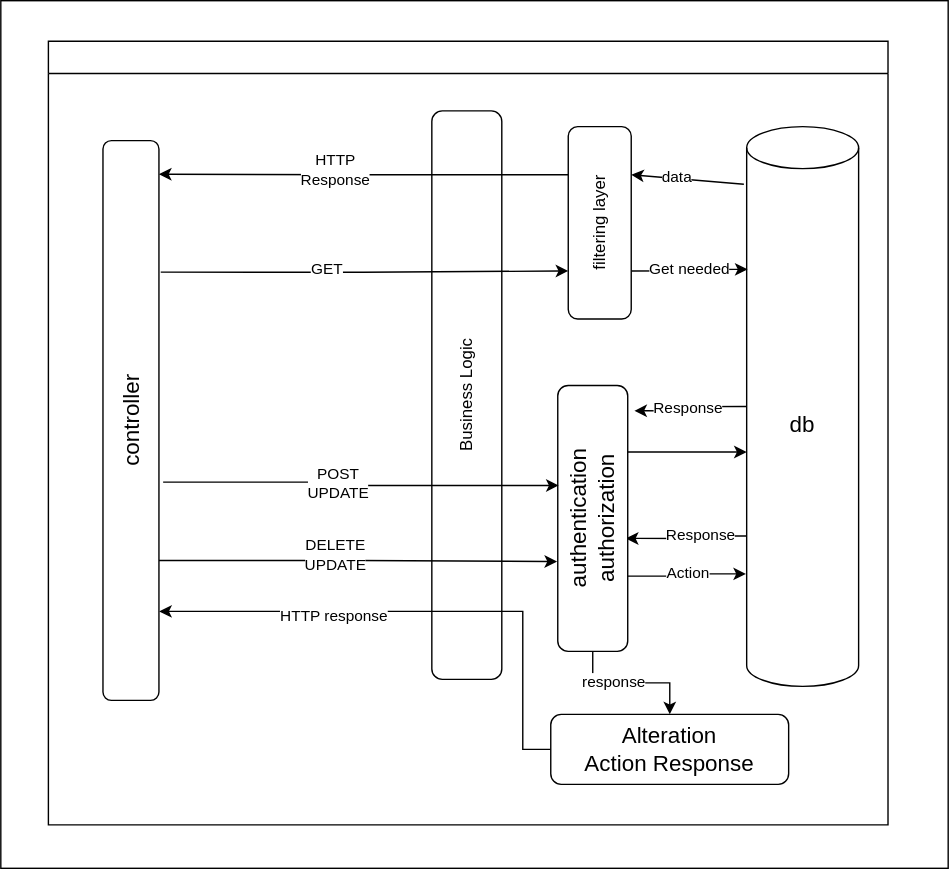
Before: etc/imgs/system-desgin.drawio.svg, a diagram exported from draw.io (Abdullah-Khawahir/clinics-schedules). Source tidied: cells renumbered, new cells last; positions are measured from the earlier drawing's top-left corner, leaving out a move shared by most shapes.
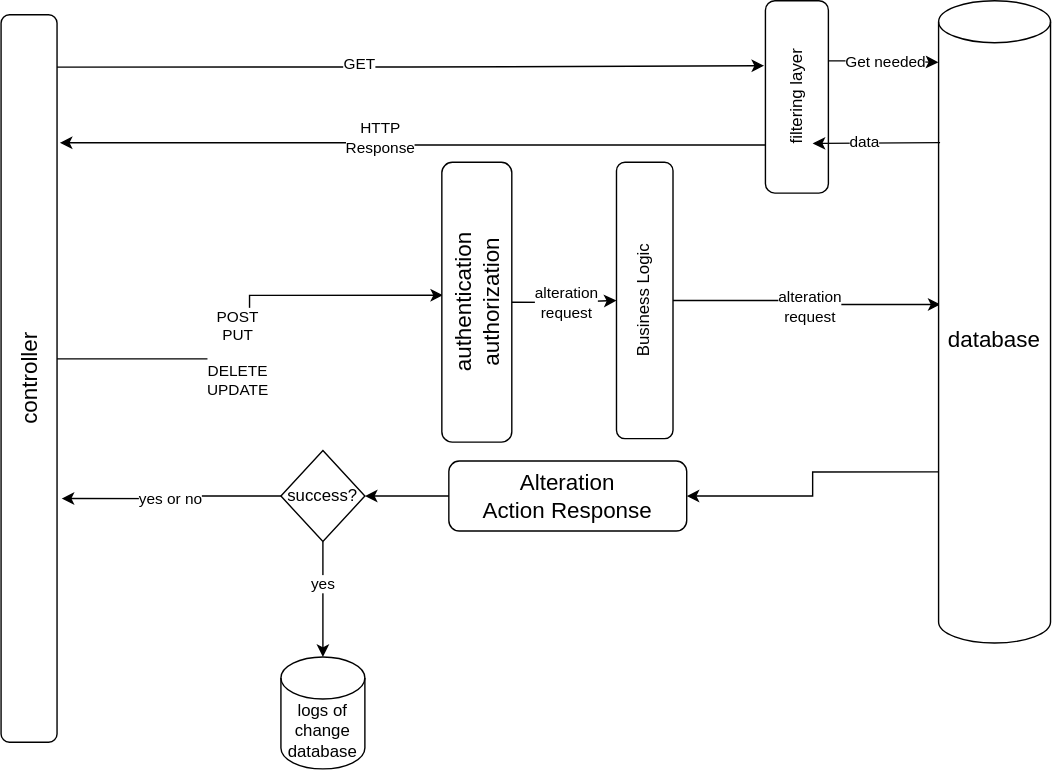
The same file after the commit.

Commit message:
rearrangin the system component in the correct oreder system-desgin.drawio.svg

Diff of the diagram source:
```diff
@@ -2,28 +2,24 @@
   <root>
     <mxCell id="0" />
     <mxCell id="1" parent="0" />
-    <mxCell id="2" style="rounded=0;whiteSpace=wrap;html=1;" parent="1" vertex="1">
-      <mxGeometry x="107" width="677" height="620" as="geometry" />
-    </mxCell>
+    <mxCell id="33" style="edgeStyle=orthogonalEdgeStyle;rounded=0;jettySize=auto;html=1;entryX=0.017;entryY=0.473;entryDx=0;entryDy=0;entryPerimeter=0;" parent="1" edge="1" source="3" target="38">
+      <mxGeometry relative="1" as="geometry" />
+    </mxCell>
+    <mxCell id="34" value="&lt;div&gt;alteration&lt;/div&gt;&lt;div&gt;request&lt;br&gt;&lt;/div&gt;" style="edgeLabel;html=1;align=center;verticalAlign=middle;" parent="33" vertex="1">
+      <mxGeometry x="0.03" y="-1" relative="1" as="geometry" />
+    </mxCell>
-    <mxCell id="3" value="Business Logic" style="rounded=1;whiteSpace=wrap;html=1;rotation=-90;" parent="1" vertex="1">
-      <mxGeometry x="236.9" y="256.9" width="406.2" height="50" as="geometry" />
+    <mxCell id="3" value="Business Logic" style="rounded=1;whiteSpace=wrap;html=1;rotation=-90;horizontal=1;verticalAlign=middle;" parent="1" vertex="1">
+      <mxGeometry x="405.2" y="166.1" width="197.5" height="40.4" as="geometry" />
     </mxCell>
-    <mxCell id="4" style="edgeStyle=orthogonalEdgeStyle;rounded=0;jettySize=auto;html=1;exitX=0;exitY=0;exitDx=0;exitDy=292.5;exitPerimeter=0;entryX=0.425;entryY=0.973;entryDx=0;entryDy=0;entryPerimeter=0;" parent="1" edge="1" source="8" target="19">
-      <mxGeometry relative="1" as="geometry" />
-    </mxCell>
-    <mxCell id="5" value="&lt;div&gt;Response&lt;/div&gt;" style="edgeLabel;html=1;align=center;verticalAlign=middle;" parent="4" vertex="1">
-      <mxGeometry x="-0.24" y="-1" relative="1" as="geometry" />
-    </mxCell>
-    <mxCell id="6" style="edgeStyle=orthogonalEdgeStyle;rounded=0;jettySize=auto;html=1;exitX=0;exitY=0.5;exitDx=0;exitDy=0;exitPerimeter=0;entryX=0.905;entryY=1.095;entryDx=0;entryDy=0;entryPerimeter=0;" parent="1" edge="1" source="8" target="19">
-      <mxGeometry relative="1" as="geometry" />
-    </mxCell>
-    <mxCell id="7" value="Response" style="edgeLabel;html=1;align=center;verticalAlign=middle;" parent="6" vertex="1">
-      <mxGeometry x="0.03" relative="1" as="geometry" />
-    </mxCell>
-    <mxCell id="8" value="db" style="shape=cylinder3;whiteSpace=wrap;html=1;boundedLbl=1;backgroundOutline=1;size=15;fontSize=16;" parent="1" vertex="1">
-      <mxGeometry x="640" y="90" width="80" height="400" as="geometry" />
-    </mxCell>
+    <mxCell id="35" style="edgeStyle=orthogonalEdgeStyle;rounded=0;jettySize=auto;html=1;exitX=0.527;exitY=0.983;exitDx=0;exitDy=0;exitPerimeter=0;entryX=0.525;entryY=0.017;entryDx=0;entryDy=0;entryPerimeter=0;" parent="1" edge="1" source="13" target="19">
+      <mxGeometry relative="1" as="geometry" />
+    </mxCell>
+    <mxCell id="36" value="&lt;div&gt;POST&lt;/div&gt;&lt;div&gt;PUT&lt;/div&gt;&lt;div&gt;&lt;br&gt;&lt;/div&gt;&lt;div&gt;&lt;div&gt;DELETE&lt;/div&gt;&lt;div&gt;UPDATE&lt;/div&gt;&lt;/div&gt;" style="edgeLabel;html=1;align=center;verticalAlign=middle;" parent="35" vertex="1">
+      <mxGeometry x="-0.09" y="4" relative="1" as="geometry">
+        <mxPoint x="-5" y="4" as="offset" />
+      </mxGeometry>
+    </mxCell>
-    <mxCell id="9" style="edgeStyle=orthogonalEdgeStyle;rounded=0;jettySize=auto;html=1;entryX=0.25;entryY=0;entryDx=0;entryDy=0;exitX=0.765;exitY=1.032;exitDx=0;exitDy=0;exitPerimeter=0;" parent="1" edge="1" source="13" target="26">
+    <mxCell id="9" style="edgeStyle=orthogonalEdgeStyle;rounded=0;jettySize=auto;html=1;exitX=0.928;exitY=0.967;exitDx=0;exitDy=0;exitPerimeter=0;entryX=0.662;entryY=-0.021;entryDx=0;entryDy=0;entryPerimeter=0;" parent="1" edge="1" source="13" target="26">
       <mxGeometry relative="1" as="geometry" />
     </mxCell>
     <mxCell id="10" value="GET" style="edgeLabel;html=1;align=center;verticalAlign=middle;" parent="9" vertex="1">
@@ -31,91 +27,70 @@
         <mxPoint x="-15" as="offset" />
       </mxGeometry>
     </mxCell>
-    <mxCell id="11" style="edgeStyle=orthogonalEdgeStyle;rounded=0;jettySize=auto;html=1;exitX=0.25;exitY=1;exitDx=0;exitDy=0;entryX=0.338;entryY=-0.01;entryDx=0;entryDy=0;entryPerimeter=0;" parent="1" edge="1" source="13" target="19">
-      <mxGeometry relative="1" as="geometry" />
-    </mxCell>
-    <mxCell id="12" value="&lt;div&gt;DELETE&lt;/div&gt;&lt;div&gt;UPDATE&lt;/div&gt;" style="edgeLabel;html=1;align=center;verticalAlign=middle;" parent="11" vertex="1">
-      <mxGeometry x="-0.07" y="-2" relative="1" as="geometry">
-        <mxPoint x="-7" y="-7" as="offset" />
-      </mxGeometry>
-    </mxCell>
+    <mxCell id="37" style="edgeStyle=orthogonalEdgeStyle;rounded=0;jettySize=auto;html=1;exitX=0;exitY=0;exitDx=0;exitDy=336.75;exitPerimeter=0;entryX=1;entryY=0.5;entryDx=0;entryDy=0;" parent="1" edge="1" source="38" target="31">
+      <mxGeometry relative="1" as="geometry" />
+    </mxCell>
+    <mxCell id="38" value="database" style="shape=cylinder3;whiteSpace=wrap;html=1;boundedLbl=1;backgroundOutline=1;size=15;fontSize=16;" parent="1" vertex="1">
+      <mxGeometry x="714" y="-28" width="80" height="459" as="geometry" />
+    </mxCell>
+    <mxCell id="26" value="&lt;div&gt;filtering layer&lt;/div&gt;" style="rounded=1;whiteSpace=wrap;html=1;rotation=-90;" parent="1" vertex="1">
+      <mxGeometry x="544" y="18.2" width="137.5" height="45" as="geometry" />
+    </mxCell>
+    <mxCell id="39" style="edgeStyle=orthogonalEdgeStyle;rounded=0;jettySize=auto;html=1;exitX=0.687;exitY=0.994;exitDx=0;exitDy=0;entryX=-0.002;entryY=0.096;entryDx=0;entryDy=0;entryPerimeter=0;exitPerimeter=0;" parent="1" edge="1" source="26" target="38">
+      <mxGeometry relative="1" as="geometry" />
+    </mxCell>
+    <mxCell id="23" value="Get needed" style="edgeLabel;html=1;align=center;verticalAlign=middle;" parent="39" vertex="1">
+      <mxGeometry y="1" relative="1" as="geometry" />
+    </mxCell>
+    <mxCell id="40" style="edgeStyle=orthogonalEdgeStyle;rounded=0;jettySize=auto;html=1;exitX=0.25;exitY=0;exitDx=0;exitDy=0;entryX=0.824;entryY=1.05;entryDx=0;entryDy=0;entryPerimeter=0;" parent="1" edge="1" source="26" target="13">
+      <mxGeometry relative="1" as="geometry" />
+    </mxCell>
+    <mxCell id="25" value="HTTP&lt;div&gt;Response&lt;/div&gt;" style="edgeLabel;html=1;align=center;verticalAlign=middle;" parent="40" vertex="1">
+      <mxGeometry y="2" relative="1" as="geometry">
+        <mxPoint x="-21" y="-6" as="offset" />
+      </mxGeometry>
+    </mxCell>
+    <mxCell id="41" value="&lt;div&gt;logs of change &lt;br&gt;&lt;/div&gt;&lt;div&gt;database&lt;br&gt;&lt;/div&gt;" style="shape=cylinder3;whiteSpace=wrap;html=1;boundedLbl=1;backgroundOutline=1;size=15;" parent="1" vertex="1">
+      <mxGeometry x="244" y="441" width="60" height="80" as="geometry" />
+    </mxCell>
+    <mxCell id="42" style="edgeStyle=orthogonalEdgeStyle;rounded=0;jettySize=auto;html=1;exitX=0.5;exitY=1;exitDx=0;exitDy=0;entryX=0.5;entryY=0;entryDx=0;entryDy=0;" parent="1" edge="1" source="19" target="3">
+      <mxGeometry relative="1" as="geometry" />
+    </mxCell>
+    <mxCell id="43" value="&lt;div&gt;alteration&lt;/div&gt;&lt;div&gt;request&lt;br&gt;&lt;/div&gt;" style="edgeLabel;html=1;align=center;verticalAlign=middle;" parent="42" vertex="1">
+      <mxGeometry x="0.04" y="-1" relative="1" as="geometry" />
+    </mxCell>
+    <mxCell id="19" value="&lt;div&gt;authentication&lt;/div&gt;&lt;div&gt;authorization&lt;/div&gt;" style="rounded=1;whiteSpace=wrap;html=1;fontSize=16;rotation=-90;" parent="1" vertex="1">
+      <mxGeometry x="284" y="162.5" width="200" height="50" as="geometry" />
+    </mxCell>
+    <mxCell id="44" style="edgeStyle=orthogonalEdgeStyle;rounded=0;jettySize=auto;html=1;entryX=0.335;entryY=1.083;entryDx=0;entryDy=0;entryPerimeter=0;" parent="1" edge="1" source="49" target="13">
+      <mxGeometry relative="1" as="geometry" />
+    </mxCell>
+    <mxCell id="45" value="yes or no" style="edgeLabel;html=1;align=center;verticalAlign=middle;" parent="44" vertex="1">
+      <mxGeometry x="0.04" y="-1" relative="1" as="geometry" />
+    </mxCell>
+    <mxCell id="31" value="&lt;div&gt;Alteration&lt;/div&gt;&lt;div&gt;Action Response&lt;br&gt;&lt;/div&gt;" style="whiteSpace=wrap;html=1;fontSize=16;rounded=1;" parent="1" vertex="1">
+      <mxGeometry x="364" y="301" width="170" height="50" as="geometry" />
+    </mxCell>
+    <mxCell id="46" style="endArrow=classic;html=1;rounded=0;exitX=0.013;exitY=0.221;exitDx=0;exitDy=0;exitPerimeter=0;entryX=0.258;entryY=0.75;entryDx=0;entryDy=0;entryPerimeter=0;" parent="1" edge="1" source="38" target="26">
+      <mxGeometry relative="1" as="geometry" />
+    </mxCell>
+    <mxCell id="28" value="data" style="edgeLabel;html=1;align=center;verticalAlign=middle;" parent="46" vertex="1">
+      <mxGeometry x="0.2" y="-2" relative="1" as="geometry" />
+    </mxCell>
+    <mxCell id="47" style="edgeStyle=orthogonalEdgeStyle;rounded=0;jettySize=auto;html=1;" parent="1" edge="1" source="49" target="41">
+      <mxGeometry relative="1" as="geometry" />
+    </mxCell>
+    <mxCell id="48" value="yes" style="edgeLabel;html=1;align=center;verticalAlign=middle;" parent="47" vertex="1">
+      <mxGeometry x="-0.27" y="-1" relative="1" as="geometry" />
+    </mxCell>
+    <mxCell id="49" value="success?" style="rhombus;whiteSpace=wrap;html=1;" parent="1" vertex="1">
+      <mxGeometry x="244" y="293.5" width="60" height="65" as="geometry" />
+    </mxCell>
+    <mxCell id="50" style="edgeStyle=orthogonalEdgeStyle;rounded=0;jettySize=auto;html=1;entryX=1;entryY=0.5;entryDx=0;entryDy=0;" parent="1" edge="1" source="31" target="49">
+      <mxGeometry relative="1" as="geometry" />
+    </mxCell>
     <mxCell id="13" value="controller" style="rounded=1;whiteSpace=wrap;html=1;fontSize=16;rotation=-90;" parent="1" vertex="1">
-      <mxGeometry y="280" width="400" height="40" as="geometry" />
+      <mxGeometry x="-196" y="222" width="520" height="40" as="geometry" />
     </mxCell>
-    <mxCell id="14" style="edgeStyle=orthogonalEdgeStyle;rounded=0;jettySize=auto;html=1;exitX=0.75;exitY=1;exitDx=0;exitDy=0;" parent="1" edge="1" source="19" target="8">
-      <mxGeometry relative="1" as="geometry">
-        <Array as="points">
-          <mxPoint x="610" y="323" />
-          <mxPoint x="610" y="323" />
-        </Array>
-      </mxGeometry>
-    </mxCell>
-    <mxCell id="15" style="edgeStyle=orthogonalEdgeStyle;rounded=0;jettySize=auto;html=1;entryX=-0.006;entryY=0.799;entryDx=0;entryDy=0;entryPerimeter=0;exitX=0.283;exitY=0.99;exitDx=0;exitDy=0;exitPerimeter=0;" parent="1" edge="1" source="19" target="8">
-      <mxGeometry relative="1" as="geometry" />
-    </mxCell>
-    <mxCell id="16" value="Action" style="edgeLabel;html=1;align=center;verticalAlign=middle;" parent="15" vertex="1">
-      <mxGeometry x="0.03" y="1" relative="1" as="geometry" />
-    </mxCell>
-    <mxCell id="17" style="edgeStyle=orthogonalEdgeStyle;rounded=0;jettySize=auto;html=1;" parent="1" edge="1" source="19" target="31">
-      <mxGeometry relative="1" as="geometry" />
-    </mxCell>
-    <mxCell id="18" value="response" style="edgeLabel;html=1;align=center;verticalAlign=middle;" parent="17" vertex="1">
-      <mxGeometry x="-0.25" y="1" relative="1" as="geometry" />
-    </mxCell>
-    <mxCell id="19" value="&lt;div&gt;authentication&lt;/div&gt;&lt;div&gt;authorization&lt;/div&gt;" style="rounded=1;whiteSpace=wrap;html=1;fontSize=16;rotation=-90;" parent="1" vertex="1">
-      <mxGeometry x="435" y="345" width="190" height="50" as="geometry" />
-    </mxCell>
-    <mxCell id="20" style="edgeStyle=orthogonalEdgeStyle;rounded=0;jettySize=auto;html=1;entryX=0.624;entryY=0.013;entryDx=0;entryDy=0;entryPerimeter=0;exitX=0.39;exitY=1.075;exitDx=0;exitDy=0;exitPerimeter=0;" parent="1" edge="1" source="13" target="19">
-      <mxGeometry relative="1" as="geometry" />
-    </mxCell>
-    <mxCell id="21" value="&lt;div&gt;POST&lt;/div&gt;&lt;div&gt;UPDATE&lt;/div&gt;" style="edgeLabel;html=1;align=center;verticalAlign=middle;" parent="20" vertex="1">
-      <mxGeometry x="-0.09" y="4" relative="1" as="geometry">
-        <mxPoint x="-5" y="4" as="offset" />
-      </mxGeometry>
-    </mxCell>
-    <mxCell id="22" style="edgeStyle=orthogonalEdgeStyle;rounded=0;jettySize=auto;html=1;exitX=0.25;exitY=1;exitDx=0;exitDy=0;entryX=0.008;entryY=0.255;entryDx=0;entryDy=0;entryPerimeter=0;" parent="1" edge="1" source="26" target="8">
-      <mxGeometry relative="1" as="geometry" />
-    </mxCell>
-    <mxCell id="23" value="Get needed" style="edgeLabel;html=1;align=center;verticalAlign=middle;" parent="22" vertex="1">
-      <mxGeometry y="1" relative="1" as="geometry" />
-    </mxCell>
-    <mxCell id="24" style="edgeStyle=orthogonalEdgeStyle;rounded=0;jettySize=auto;html=1;exitX=0.75;exitY=0;exitDx=0;exitDy=0;" parent="1" edge="1" source="26">
-      <mxGeometry relative="1" as="geometry">
-        <mxPoint x="220" y="124" as="targetPoint" />
-      </mxGeometry>
-    </mxCell>
-    <mxCell id="25" value="HTTP&lt;div&gt;Response&lt;/div&gt;" style="edgeLabel;html=1;align=center;verticalAlign=middle;" parent="24" vertex="1">
-      <mxGeometry y="2" relative="1" as="geometry">
-        <mxPoint x="-21" y="-6" as="offset" />
-      </mxGeometry>
-    </mxCell>
-    <mxCell id="26" value="&lt;div&gt;filtering layer&lt;/div&gt;" style="rounded=1;whiteSpace=wrap;html=1;rotation=-90;" parent="1" vertex="1">
-      <mxGeometry x="466.2" y="136.2" width="137.5" height="45" as="geometry" />
-    </mxCell>
-    <mxCell id="27" style="endArrow=classic;html=1;rounded=0;exitX=-0.025;exitY=0.103;exitDx=0;exitDy=0;exitPerimeter=0;entryX=0.75;entryY=1;entryDx=0;entryDy=0;" parent="1" edge="1" source="8" target="26">
-      <mxGeometry relative="1" as="geometry" />
-    </mxCell>
-    <mxCell id="28" value="data" style="edgeLabel;html=1;align=center;verticalAlign=middle;" parent="27" vertex="1">
-      <mxGeometry x="0.2" y="-2" relative="1" as="geometry" />
-    </mxCell>
-    <mxCell id="29" style="edgeStyle=orthogonalEdgeStyle;rounded=0;jettySize=auto;html=1;entryX=0.159;entryY=1.004;entryDx=0;entryDy=0;entryPerimeter=0;" parent="1" edge="1" source="31" target="13">
-      <mxGeometry relative="1" as="geometry">
-        <Array as="points">
-          <mxPoint x="480" y="535" />
-          <mxPoint x="480" y="436" />
-        </Array>
-      </mxGeometry>
-    </mxCell>
-    <mxCell id="30" value="HTTP response" style="edgeLabel;html=1;align=center;verticalAlign=middle;" parent="29" vertex="1">
-      <mxGeometry x="-0.16" y="3" relative="1" as="geometry">
-        <mxPoint x="-94" as="offset" />
-      </mxGeometry>
-    </mxCell>
-    <mxCell id="31" value="&lt;div&gt;Alteration&lt;/div&gt;&lt;div&gt;Action Response&lt;br&gt;&lt;/div&gt;" style="whiteSpace=wrap;html=1;fontSize=16;rounded=1;" parent="1" vertex="1">
-      <mxGeometry x="500" y="510" width="170" height="50" as="geometry" />
-    </mxCell>
-    <mxCell id="32" style="swimlane;whiteSpace=wrap;html=1;" parent="1" vertex="1">
-      <mxGeometry x="141" y="29" width="600" height="560" as="geometry" />
-    </mxCell>
   </root>
 </mxGraphModel>
```
